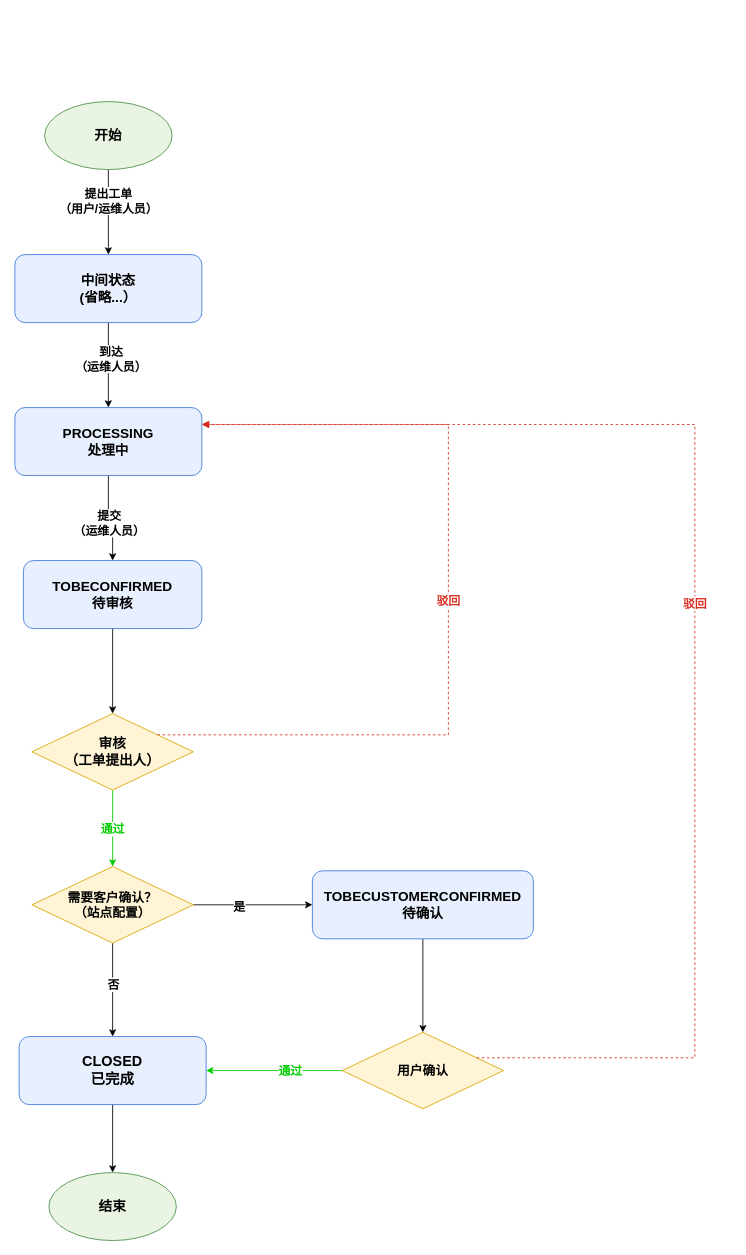
Earlier version of the draw.io diagram page "第 2 页" (2 of 2) of 巡检流程.drawio (foreverfirst/draw). Source tidied: cells renumbered, new cells numbered last; positions are measured from the earlier drawing's top-left corner, leaving out a move shared by most shapes. Both pictures are drawn from the tidied source at 85%, with x=0, y=0 at pixel (14, 101).
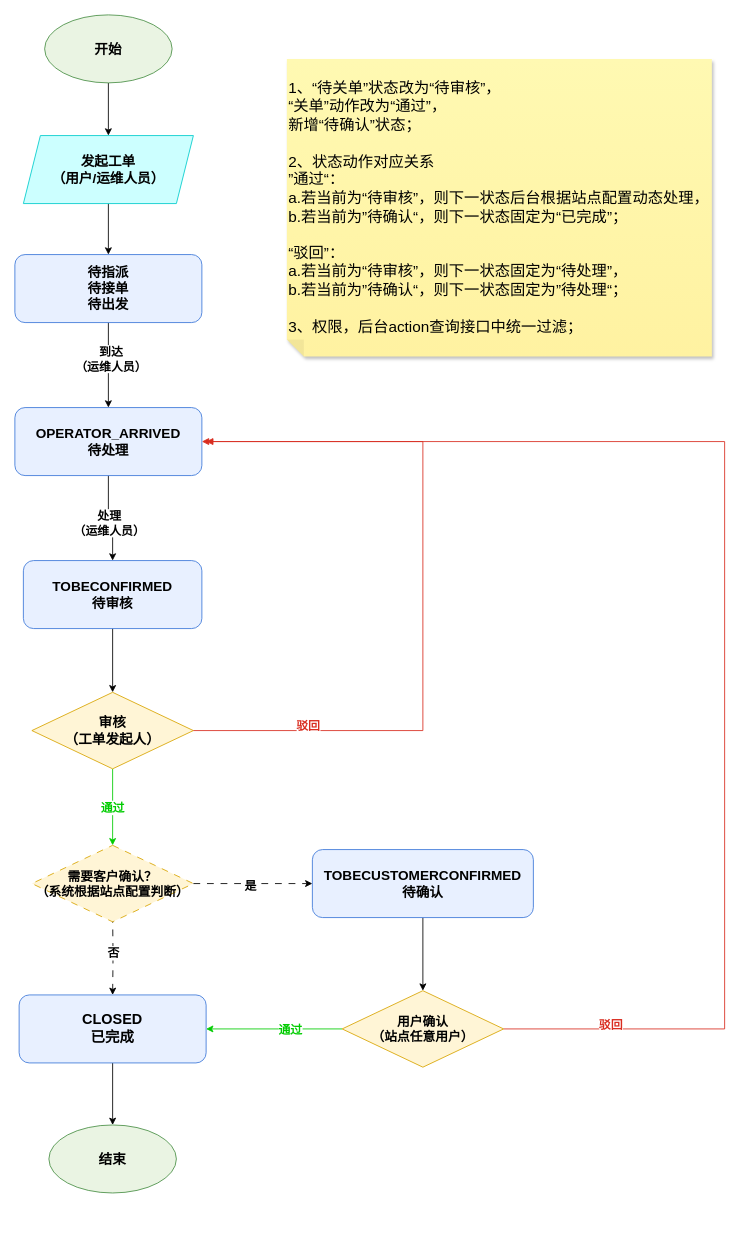
Above is the later version.

Commit message:
更新巡检流程.drawio

Unchanged cells that the change refers to:
```xml
<mxCell id="5" style="edgeStyle=orthogonalEdgeStyle;rounded=0;jettySize=auto;html=1;exitX=0.5;exitY=1;exitDx=0;exitDy=0;entryX=0.5;entryY=0;entryDx=0;entryDy=0;" parent="1" edge="1" source="7" target="9">
  <mxGeometry relative="1" as="geometry" />
</mxCell>
```

What changed in the source:
```diff
@@
-    <mxCell id="4" value="中间状态&lt;div&gt;(省略...）&lt;/div&gt;" style="rounded=1;whiteSpace=wrap;html=1;fillColor=#E8F0FF;strokeColor=#3D78D8;fontSize=16;fontStyle=1;" parent="1" vertex="1">
+    <mxCell id="4" value="&lt;span style=&quot;background-color: transparent; color: light-dark(rgb(0, 0, 0), rgb(255, 255, 255));&quot;&gt;待指派&lt;/span&gt;&lt;div&gt;&lt;span style=&quot;background-color: transparent; color: light-dark(rgb(0, 0, 0), rgb(255, 255, 255));&quot;&gt;待接单&lt;/span&gt;&lt;/div&gt;&lt;div&gt;&lt;span style=&quot;background-color: transparent; color: light-dark(rgb(0, 0, 0), rgb(255, 255, 255));&quot;&gt;待出发&lt;/span&gt;&lt;/div&gt;" style="rounded=1;whiteSpace=wrap;html=1;fillColor=#E8F0FF;strokeColor=#3D78D8;fontSize=16;fontStyle=1;" parent="1" vertex="1">
       <mxGeometry y="180" width="220" height="80" as="geometry" />
     </mxCell>
@@
-    <mxCell id="6" value="&lt;div&gt;&lt;font style=&quot;font-size: 14px;&quot;&gt;&lt;b&gt;提交&lt;/b&gt;&lt;/font&gt;&lt;/div&gt;&lt;div&gt;&lt;font style=&quot;font-size: 14px;&quot;&gt;&lt;b&gt;&lt;font style=&quot;&quot;&gt;（&lt;/font&gt;&lt;span style=&quot;background-color: light-dark(#ffffff, var(--ge-dark-color, #121212)); color: light-dark(rgb(0, 0, 0), rgb(255, 255, 255));&quot;&gt;运维人员）&lt;/span&gt;&lt;/b&gt;&lt;/font&gt;&lt;/div&gt;" style="edgeLabel;html=1;align=center;verticalAlign=middle;" parent="5" vertex="1">
+    <mxCell id="6" value="&lt;div&gt;&lt;font style=&quot;font-size: 14px;&quot;&gt;&lt;b&gt;处理&lt;/b&gt;&lt;/font&gt;&lt;/div&gt;&lt;div&gt;&lt;font style=&quot;font-size: 14px;&quot;&gt;&lt;b&gt;&lt;font style=&quot;&quot;&gt;（&lt;/font&gt;&lt;span style=&quot;background-color: light-dark(#ffffff, var(--ge-dark-color, #121212)); color: light-dark(rgb(0, 0, 0), rgb(255, 255, 255));&quot;&gt;运维人员）&lt;/span&gt;&lt;/b&gt;&lt;/font&gt;&lt;/div&gt;" style="edgeLabel;html=1;align=center;verticalAlign=middle;" parent="5" vertex="1">
       <mxGeometry x="-0.32" y="4" relative="1" as="geometry">
         <mxPoint x="-4" y="19" as="offset" />
       </mxGeometry>
     </mxCell>
-    <mxCell id="7" value="PROCESSING&lt;br&gt;处理中" style="rounded=1;whiteSpace=wrap;html=1;fillColor=#E8F0FF;strokeColor=#3D78D8;fontSize=16;fontStyle=1;" parent="1" vertex="1">
+    <mxCell id="7" value="OPERATOR_ARRIVED&lt;br&gt;待处理" style="rounded=1;whiteSpace=wrap;html=1;fillColor=#E8F0FF;strokeColor=#3D78D8;fontSize=16;fontStyle=1;" parent="1" vertex="1">
       <mxGeometry y="360" width="220" height="80" as="geometry" />
     </mxCell>
@@
-    <mxCell id="13" value="&lt;span style=&quot;font-size: 16px;&quot;&gt;审核&lt;/span&gt;&lt;div&gt;&lt;span style=&quot;font-size: 16px;&quot;&gt;（工单提出人）&lt;/span&gt;&lt;/div&gt;" style="rhombus;whiteSpace=wrap;html=1;fillColor=#FFF5D6;strokeColor=#D8A400;fontSize=15;fontStyle=1;" parent="1" vertex="1">
-      <mxGeometry x="20" y="720" width="190" height="90" as="geometry" />
+    <mxCell id="13" value="&lt;span style=&quot;font-size: 16px;&quot;&gt;审核&lt;/span&gt;&lt;div&gt;&lt;span style=&quot;font-size: 16px;&quot;&gt;（工单发起人）&lt;/span&gt;&lt;/div&gt;" style="rhombus;whiteSpace=wrap;html=1;fillColor=#FFF5D6;strokeColor=#D8A400;fontSize=15;fontStyle=1;" parent="1" vertex="1">
+      <mxGeometry x="20" y="695" width="190" height="90" as="geometry" />
     </mxCell>
-    <mxCell id="14" style="edgeStyle=orthogonalEdgeStyle;rounded=0;jettySize=auto;html=1;exitX=0.5;exitY=1;exitDx=0;exitDy=0;" parent="1" edge="1" source="18" target="25">
-      <mxGeometry relative="1" as="geometry" />
+    <mxCell id="14" style="edgeStyle=orthogonalEdgeStyle;rounded=0;jettySize=auto;html=1;exitX=0.5;exitY=1;exitDx=0;exitDy=0;dashed=1;dashPattern=8 8;" parent="1" edge="1" target="25">
+      <mxGeometry relative="1" as="geometry">
+        <mxPoint x="115" y="958" as="sourcePoint" />
+      </mxGeometry>
     </mxCell>
@@
-    <mxCell id="16" style="edgeStyle=orthogonalEdgeStyle;rounded=0;jettySize=auto;html=1;exitX=1;exitY=0.5;exitDx=0;exitDy=0;entryX=0;entryY=0.5;entryDx=0;entryDy=0;" parent="1" edge="1" source="18" target="20">
+    <mxCell id="16" style="edgeStyle=orthogonalEdgeStyle;rounded=0;jettySize=auto;html=1;exitX=1;exitY=0.5;exitDx=0;exitDy=0;entryX=0;entryY=0.5;entryDx=0;entryDy=0;dashed=1;dashPattern=8 8;" parent="1" edge="1" source="18" target="20">
       <mxGeometry relative="1" as="geometry" />
     </mxCell>
     <mxCell id="17" value="&lt;font style=&quot;font-size: 14px;&quot;&gt;&lt;b&gt;是&lt;/b&gt;&lt;/font&gt;" style="edgeLabel;html=1;align=center;verticalAlign=middle;" parent="16" vertex="1">
-      <mxGeometry x="-0.25" y="-2" relative="1" as="geometry" />
+      <mxGeometry x="-0.25" y="-2" relative="1" as="geometry">
+        <mxPoint x="13" as="offset" />
+      </mxGeometry>
     </mxCell>
-    <mxCell id="18" value="需要客户确认？&lt;div&gt;（站点配置）&lt;/div&gt;" style="rhombus;whiteSpace=wrap;html=1;fillColor=#FFF5D6;strokeColor=#D8A400;fontSize=15;fontStyle=1;" parent="1" vertex="1">
-      <mxGeometry x="20" y="900" width="190" height="90" as="geometry" />
+    <mxCell id="18" value="需要客户确认？&lt;div&gt;（系统根据站点配置判断）&lt;/div&gt;" style="rhombus;whiteSpace=wrap;html=1;fillColor=#FFF5D6;strokeColor=#D8A400;fontSize=15;fontStyle=1;dashed=1;dashPattern=8 8;" parent="1" vertex="1">
+      <mxGeometry x="20" y="875" width="190" height="90" as="geometry" />
     </mxCell>
@@
     <mxCell id="20" value="TOBECUSTOMERCONFIRMED&lt;br&gt;待确认" style="rounded=1;whiteSpace=wrap;html=1;fillColor=#E8F0FF;strokeColor=#3D78D8;fontSize=16;fontStyle=1;" parent="1" vertex="1">
-      <mxGeometry x="350" y="905" width="260" height="80" as="geometry" />
+      <mxGeometry x="350" y="880" width="260" height="80" as="geometry" />
     </mxCell>
@@
-    <mxCell id="23" value="用户确认" style="rhombus;whiteSpace=wrap;html=1;fillColor=#FFF5D6;strokeColor=#D8A400;fontSize=15;fontStyle=1;" parent="1" vertex="1">
-      <mxGeometry x="385" y="1095" width="190" height="90" as="geometry" />
+    <mxCell id="23" value="用户确认&lt;div&gt;（站点任意用户）&lt;/div&gt;" style="rhombus;whiteSpace=wrap;html=1;fillColor=#FFF5D6;strokeColor=#D8A400;fontSize=15;fontStyle=1;" parent="1" vertex="1">
+      <mxGeometry x="385" y="1046" width="190" height="90" as="geometry" />
     </mxCell>
@@
     <mxCell id="25" value="CLOSED&lt;br&gt;已完成" style="rounded=1;whiteSpace=wrap;html=1;fillColor=#E8F0FF;strokeColor=#3D78D8;fontSize=17;fontStyle=1;" parent="1" vertex="1">
-      <mxGeometry x="5" y="1100" width="220" height="80" as="geometry" />
+      <mxGeometry x="5" y="1051" width="220" height="80" as="geometry" />
     </mxCell>
-    <mxCell id="26" value="&lt;font style=&quot;font-size: 14px;&quot;&gt;驳回&lt;/font&gt;" style="edgeStyle=orthogonalEdgeStyle;rounded=0;jettySize=auto;html=1;endArrow=block;dashed=1;strokeColor=#D92D20;fontColor=#D92D20;fontStyle=1;" parent="1" edge="1" source="13" target="7">
-      <mxGeometry relative="1" as="geometry">
+    <mxCell id="26" value="&lt;font style=&quot;font-size: 14px;&quot;&gt;驳回&lt;/font&gt;" style="edgeStyle=orthogonalEdgeStyle;rounded=0;jettySize=auto;html=1;endArrow=block;strokeColor=#D92D20;fontColor=#D92D20;fontStyle=1;exitX=1;exitY=0.5;exitDx=0;exitDy=0;entryX=1;entryY=0.5;entryDx=0;entryDy=0;" parent="1" edge="1" source="13" target="7">
+      <mxGeometry x="-0.69" y="5" relative="1" as="geometry">
         <Array as="points">
-          <mxPoint x="510" y="745" />
-          <mxPoint x="510" y="379.9" />
+          <mxPoint x="480" y="740" />
+          <mxPoint x="480" y="400" />
         </Array>
       </mxGeometry>
     </mxCell>
-    <mxCell id="27" value="&lt;font style=&quot;font-size: 14px;&quot;&gt;驳回&lt;/font&gt;" style="edgeStyle=orthogonalEdgeStyle;rounded=0;jettySize=auto;html=1;endArrow=block;dashed=1;strokeColor=#D92D20;fontColor=#D92D20;fontStyle=1;" parent="1" edge="1" source="23" target="7">
-      <mxGeometry relative="1" as="geometry">
+    <mxCell id="27" value="&lt;font style=&quot;font-size: 14px;&quot;&gt;驳回&lt;/font&gt;" style="edgeStyle=orthogonalEdgeStyle;rounded=0;jettySize=auto;html=1;endArrow=block;strokeColor=#D92D20;fontColor=#D92D20;fontStyle=1;entryX=1;entryY=0.5;entryDx=0;entryDy=0;exitX=1;exitY=0.5;exitDx=0;exitDy=0;" parent="1" edge="1" source="23">
+      <mxGeometry x="-0.84" y="5" relative="1" as="geometry">
+        <mxPoint x="225" y="400" as="targetPoint" />
         <Array as="points">
-          <mxPoint x="800" y="1125" />
-          <mxPoint x="800" y="379.9" />
+          <mxPoint x="835" y="1091" />
+          <mxPoint x="835" y="400" />
         </Array>
+        <mxPoint x="1" as="offset" />
       </mxGeometry>
     </mxCell>
     <mxCell id="28" value="&lt;span style=&quot;font-size: 16px; font-weight: 700;&quot;&gt;结束&lt;/span&gt;" style="ellipse;whiteSpace=wrap;html=1;shapeInside=1;fillColor=#EAF4E3;strokeColor=#4A8F46;" parent="1" vertex="1">
-      <mxGeometry x="40" y="1260" width="150" height="80" as="geometry" />
+      <mxGeometry x="40" y="1204" width="150" height="80" as="geometry" />
     </mxCell>
-    <mxCell id="29" style="edgeStyle=orthogonalEdgeStyle;rounded=0;jettySize=auto;html=1;exitX=0.5;exitY=1;exitDx=0;exitDy=0;" parent="1" edge="1" source="31" target="4">
+    <mxCell id="29" style="edgeStyle=orthogonalEdgeStyle;rounded=0;jettySize=auto;html=1;exitX=0.5;exitY=1;exitDx=0;exitDy=0;entryX=0.5;entryY=0;entryDx=0;entryDy=0;" parent="1" edge="1" source="31" target="33">
       <mxGeometry relative="1" as="geometry" />
     </mxCell>
-    <mxCell id="30" value="&lt;font style=&quot;font-size: 14px;&quot;&gt;&lt;b&gt;提出工单&lt;br&gt;（用户/运维人员）&lt;/b&gt;&lt;/font&gt;" style="edgeLabel;html=1;align=center;verticalAlign=middle;" parent="29" vertex="1">
-      <mxGeometry x="-0.28" y="-1" relative="1" as="geometry" />
-    </mxCell>
     <mxCell id="31" value="开始" style="ellipse;whiteSpace=wrap;html=1;shapeInside=1;fillColor=#EAF4E3;strokeColor=#4A8F46;fontSize=16;fontStyle=1;" parent="1" vertex="1">
-      <mxGeometry x="35" width="150" height="80" as="geometry" />
+      <mxGeometry x="35" y="-102" width="150" height="80" as="geometry" />
     </mxCell>
+    <mxCell id="32" style="edgeStyle=orthogonalEdgeStyle;rounded=0;jettySize=auto;html=1;exitX=0.5;exitY=1;exitDx=0;exitDy=0;entryX=0.5;entryY=0;entryDx=0;entryDy=0;" parent="1" edge="1" source="33" target="4">
+      <mxGeometry relative="1" as="geometry" />
+    </mxCell>
+    <mxCell id="33" value="&lt;span style=&quot;background-color: transparent; color: light-dark(rgb(0, 0, 0), rgb(255, 255, 255));&quot;&gt;发起工单&lt;/span&gt;&lt;div&gt;（用户/运维人员）&lt;/div&gt;" style="shape=parallelogram;perimeter=parallelogramPerimeter;whiteSpace=wrap;html=1;shapeInside=1;fixedSize=1;fontSize=16;strokeColor=#00CCCC;fillColor=#CCFFFF;fontStyle=1;" parent="1" vertex="1">
+      <mxGeometry x="10" y="40" width="200" height="80" as="geometry" />
+    </mxCell>
+    <mxCell id="34" value="&lt;font style=&quot;font-size: 18px;&quot;&gt;1、“待关单”状态改为“待审核”，&lt;br&gt;“关单”动作改为“通过”，&lt;br&gt;新增“待确认”状态；&lt;br&gt;&lt;br&gt;2、状态动作对应关系&lt;br&gt;”通过“：&lt;br&gt;a.若当前为“待审核”，则下一状态后台根据站点配置动态处理，&lt;br&gt;b.若当前为”待确认“，则下一状态固定为“已完成”；&lt;br&gt;&lt;br&gt;“驳回”：&lt;br&gt;a.若当前为“待审核”，则下一状态固定为“待处理”，&lt;br&gt;b.若当前为”待确认“，则下一状态固定为”待处理“；&lt;br&gt;&lt;br&gt;3、权限，后台action查询接口中统一过滤；&lt;/font&gt;" style="shape=note;whiteSpace=wrap;html=1;backgroundOutline=1;autosizeText=1;fontColor=#000000;darkOpacity=0.05;fillColor=#FFF9B2;strokeColor=none;fillStyle=solid;fontSize=17;direction=west;gradientDirection=north;gradientColor=#FFF2A1;shadow=1;size=20;align=left;" parent="1" vertex="1">
+      <mxGeometry x="320" y="-50" width="500" height="350" as="geometry" />
+    </mxCell>
```
